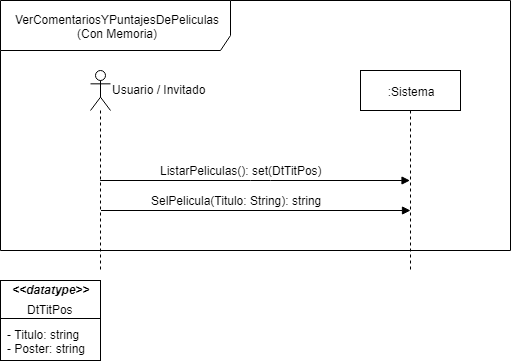
Earlier version of the draw.io export DSS_y_Contratos/VerComentariosYPuntajesDePeliculas.png (febentancor/ObligatorioPAV). Source tidied: cells renumbered, new cells last; positions are measured from the earlier drawing's top-left corner, leaving out a move shared by most shapes. The source it was exported from:
```xml
<mxGraphModel>
  <root>
    <mxCell id="0" />
    <mxCell id="1" parent="0" />
    <mxCell id="2" value="VerComentariosYPuntajesDePeliculas&lt;br&gt;(Con Memoria)&lt;br&gt;" style="shape=umlFrame;whiteSpace=wrap;html=1;width=230;height=50;" parent="1" vertex="1">
      <mxGeometry width="510" height="250" as="geometry" />
    </mxCell>
    <mxCell id="3" style="shape=umlLifeline;participant=umlActor;perimeter=lifelinePerimeter;whiteSpace=wrap;html=1;verticalAlign=top;spacingTop=36;labelBackgroundColor=#ffffff;outlineConnect=0;size=40;" parent="1" vertex="1">
      <mxGeometry x="90" y="70" width="20" height="200" as="geometry" />
    </mxCell>
    <mxCell id="4" value=":Sistema" style="shape=umlLifeline;perimeter=lifelinePerimeter;whiteSpace=wrap;html=1;outlineConnect=0;" parent="1" vertex="1">
      <mxGeometry x="360" y="70" width="100" height="200" as="geometry" />
    </mxCell>
    <mxCell id="5" style="html=1;verticalAlign=bottom;endArrow=block;" parent="1" edge="1" source="3" target="4">
      <mxGeometry relative="1" as="geometry">
        <Array as="points">
          <mxPoint x="260" y="180" />
        </Array>
      </mxGeometry>
    </mxCell>
    <mxCell id="6" value="ListarPeliculas(): set(DtTitPos)" style="text;html=1;align=center;verticalAlign=middle;labelBackgroundColor=#ffffff;" parent="5" vertex="1">
      <mxGeometry x="-0.17" y="3" relative="1" as="geometry">
        <mxPoint x="11.5" y="-7" as="offset" />
      </mxGeometry>
    </mxCell>
    <mxCell id="7" style="html=1;verticalAlign=bottom;endArrow=block;" parent="1" edge="1">
      <mxGeometry relative="1" as="geometry">
        <mxPoint x="100.5" y="210" as="sourcePoint" />
        <mxPoint x="410" y="210" as="targetPoint" />
      </mxGeometry>
    </mxCell>
    <mxCell id="8" value="SelPelicula(Titulo: String): string" style="text;html=1;align=center;verticalAlign=middle;labelBackgroundColor=#ffffff;" parent="7" vertex="1">
      <mxGeometry x="-0.17" y="3" relative="1" as="geometry">
        <mxPoint x="6" y="-7" as="offset" />
      </mxGeometry>
    </mxCell>
    <mxCell id="9" value="Usuario / Invitado" style="text;html=1;align=left;verticalAlign=top;spacingTop=-4;" parent="1" vertex="1">
      <mxGeometry x="110" y="80" width="110" height="20" as="geometry" />
    </mxCell>
    <mxCell id="10" style="shape=internalStorage;whiteSpace=wrap;html=1;backgroundOutline=1;dx=0;dy=38;" parent="1" vertex="1">
      <mxGeometry y="280" width="100" height="80" as="geometry" />
    </mxCell>
    <mxCell id="11" value="&lt;i&gt;&lt;b&gt;&amp;lt;&amp;lt;datatype&amp;gt;&amp;gt;&lt;/b&gt;&lt;/i&gt;" style="text;html=1;align=center;verticalAlign=top;spacingTop=-4;" parent="1" vertex="1">
      <mxGeometry x="5" y="280" width="90" height="20" as="geometry" />
    </mxCell>
    <mxCell id="12" value="DtTitPos" style="text;html=1;align=center;verticalAlign=top;spacingTop=-4;" parent="1" vertex="1">
      <mxGeometry x="20" y="300" width="60" height="20" as="geometry" />
    </mxCell>
    <mxCell id="13" value="- Titulo: string&lt;br&gt;- Poster: string&lt;br&gt;" style="text;html=1;align=left;verticalAlign=top;spacingTop=-4;" parent="1" vertex="1">
      <mxGeometry x="5" y="325" width="90" height="30" as="geometry" />
    </mxCell>
  </root>
</mxGraphModel>
```
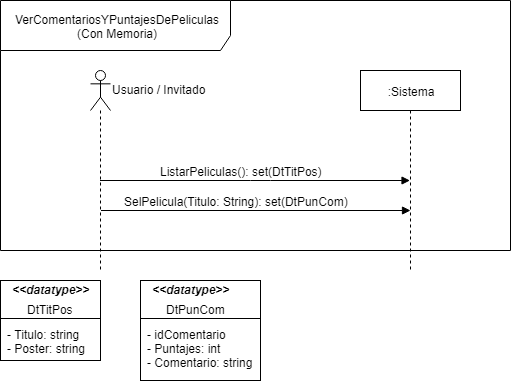
After the commit.

Change to the diagram source:
```diff
@@ -29,7 +29,7 @@
         <mxPoint x="410" y="210" as="targetPoint" />
       </mxGeometry>
     </mxCell>
-    <mxCell id="8" value="SelPelicula(Titulo: String): string" style="text;html=1;align=center;verticalAlign=middle;labelBackgroundColor=#ffffff;" parent="7" vertex="1">
+    <mxCell id="8" value="SelPelicula(Titulo: String): set(DtPunCom)" style="text;html=1;align=center;verticalAlign=middle;labelBackgroundColor=#ffffff;" parent="7" vertex="1">
       <mxGeometry x="-0.17" y="3" relative="1" as="geometry">
         <mxPoint x="6" y="-7" as="offset" />
       </mxGeometry>
@@ -49,5 +49,17 @@
     <mxCell id="13" value="- Titulo: string&lt;br&gt;- Poster: string&lt;br&gt;" style="text;html=1;align=left;verticalAlign=top;spacingTop=-4;" parent="1" vertex="1">
       <mxGeometry x="5" y="325" width="90" height="30" as="geometry" />
     </mxCell>
+    <mxCell id="14" style="shape=internalStorage;whiteSpace=wrap;html=1;backgroundOutline=1;dx=0;dy=38;" parent="1" vertex="1">
+      <mxGeometry x="140" y="280" width="120" height="100" as="geometry" />
+    </mxCell>
+    <mxCell id="15" value="&lt;i&gt;&lt;b&gt;&amp;lt;&amp;lt;datatype&amp;gt;&amp;gt;&lt;/b&gt;&lt;/i&gt;" style="text;html=1;align=center;verticalAlign=top;spacingTop=-4;" parent="1" vertex="1">
+      <mxGeometry x="145" y="280" width="90" height="20" as="geometry" />
+    </mxCell>
+    <mxCell id="16" value="DtPunCom" style="text;html=1;align=center;verticalAlign=top;spacingTop=-4;" parent="1" vertex="1">
+      <mxGeometry x="160" y="300" width="70" height="20" as="geometry" />
+    </mxCell>
+    <mxCell id="17" value="- idComentario&lt;br&gt;- Puntajes: int&lt;br&gt;- Comentario: string&lt;br&gt;" style="text;html=1;align=left;verticalAlign=top;spacingTop=-4;" parent="1" vertex="1">
+      <mxGeometry x="145" y="325" width="120" height="40" as="geometry" />
+    </mxCell>
   </root>
 </mxGraphModel>
```
